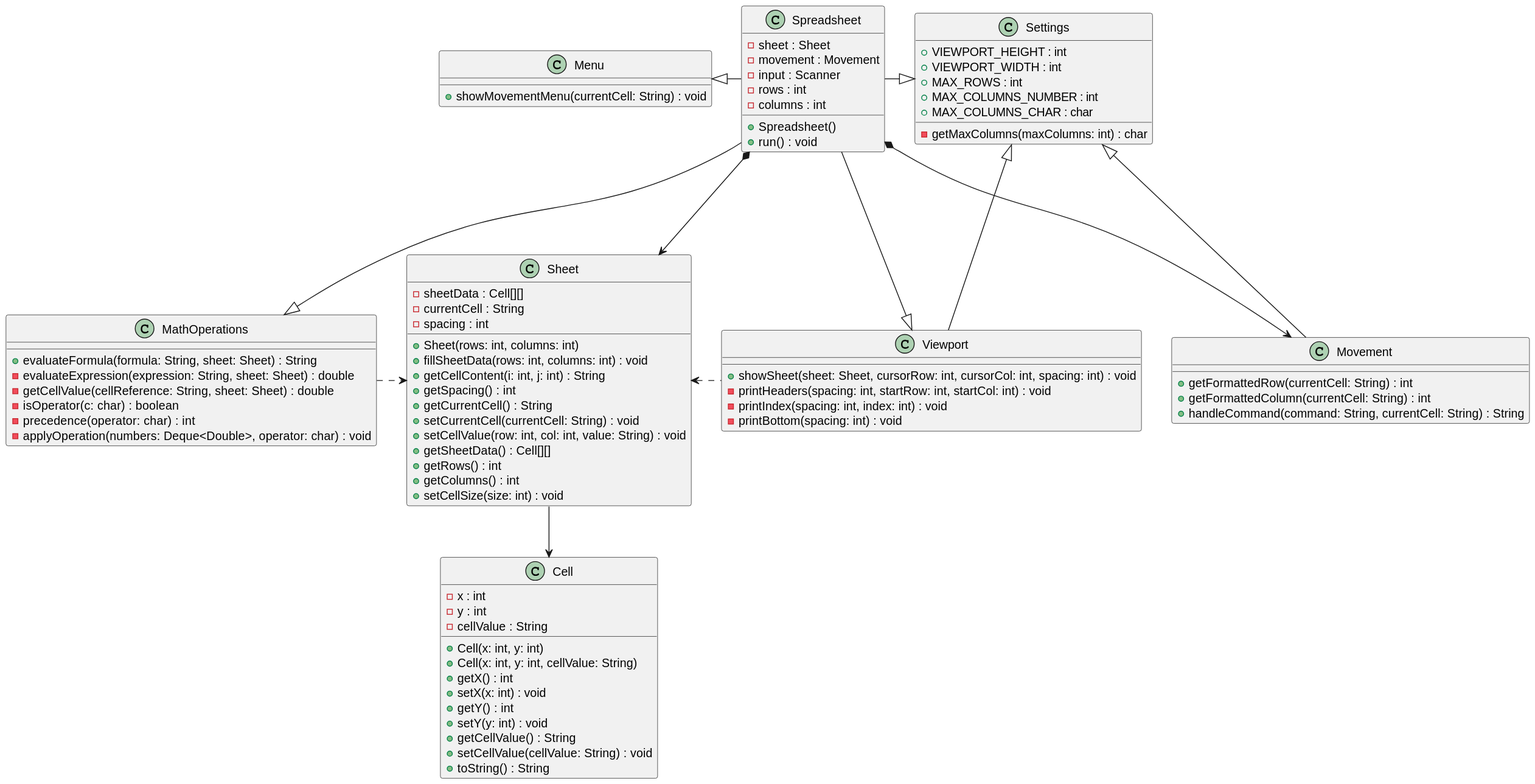
This is modelosUML/modeloDeDominio/diagramaDeClases.svg from pablarce/23-24-IdSw2-SDD, a PlantUML export, as it was before one commit.
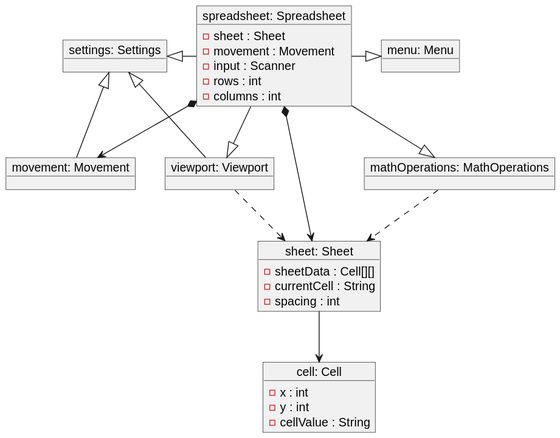
Above is the later version.

The edit, as a diff of the source:
```diff
@@ -1,90 +1,43 @@
 @startuml
-class Spreadsheet {
+object "spreadsheet: Spreadsheet" as spreadsheet {
     - sheet : Sheet
     - movement : Movement
     - input : Scanner
     - rows : int
     - columns : int
-    + Spreadsheet()
-    + run() : void
 }
 
-class Cell {
+object "cell: Cell" as cell {
     - x : int
     - y : int
     - cellValue : String
-    + Cell(x: int, y: int)
-    + Cell(x: int, y: int, cellValue: String)
-    + getX() : int
-    + setX(x: int) : void
-    + getY() : int
-    + setY(y: int) : void
-    + getCellValue() : String
-    + setCellValue(cellValue: String) : void
-    + toString() : String
 }
 
-class MathOperations {
-    + evaluateFormula(formula: String, sheet: Sheet) : String
-    - evaluateExpression(expression: String, sheet: Sheet) : double
-    - getCellValue(cellReference: String, sheet: Sheet) : double
-    - isOperator(c: char) : boolean
-    - precedence(operator: char) : int
-    - applyOperation(numbers: Deque<Double>, operator: char) : void
-}
+object "mathOperations: MathOperations" as mathOperations
 
-class Menu {
-    + showMovementMenu(currentCell: String) : void
-}
+object "menu: Menu" as menu
 
-class Movement {
-    + getFormattedRow(currentCell: String) : int
-    + getFormattedColumn(currentCell: String) : int
-    + handleCommand(command: String, currentCell: String) : String
-}
+object "movement: Movement" as movement
 
-class Settings {
-    + VIEWPORT_HEIGHT : int
-    + VIEWPORT_WIDTH : int
-    + MAX_ROWS : int
-    + MAX_COLUMNS_NUMBER : int
-    + MAX_COLUMNS_CHAR : char
-    - getMaxColumns(maxColumns: int) : char
-}
+object "settings: Settings" as settings
 
-class Sheet {
+object "sheet: Sheet" as sheet {
     - sheetData : Cell[][]
     - currentCell : String
     - spacing : int
-    + Sheet(rows: int, columns: int)
-    + fillSheetData(rows: int, columns: int) : void
-    + getCellContent(i: int, j: int) : String
-    + getSpacing() : int
-    + getCurrentCell() : String
-    + setCurrentCell(currentCell: String) : void
-    + setCellValue(row: int, col: int, value: String) : void
-    + getSheetData() : Cell[][]
-    + getRows() : int
-    + getColumns() : int
-    + setCellSize(size: int) : void
 }
 
-class Viewport {
-    + showSheet(sheet: Sheet, cursorRow: int, cursorCol: int, spacing: int) : void
-    - printHeaders(spacing: int, startRow: int, startCol: int) : void
-    - printIndex(spacing: int, index: int) : void
-    - printBottom(spacing: int) : void
-}
+object "viewport: Viewport" as viewport
 
-Spreadsheet *-d-> Sheet
-Spreadsheet *--d-> Movement
-Spreadsheet -r-|> Settings
-Spreadsheet --d-|> Viewport
-Spreadsheet --d-|> MathOperations
-Spreadsheet -l-|> Menu
-Movement -u-|> Settings
-Viewport .l.> Sheet
-Viewport -u-|> Settings
-MathOperations ..r.> Sheet
-Sheet -d-> Cell
+spreadsheet *-d-> sheet
+spreadsheet *--> movement
+spreadsheet -l-|> settings
+spreadsheet --|> viewport
+spreadsheet --|> mathOperations
+spreadsheet -r-|> menu
+movement --|> settings
+viewport ..> sheet
+viewport -|> settings
+mathOperations ..> sheet
+sheet -d-> cell
 @enduml
```
